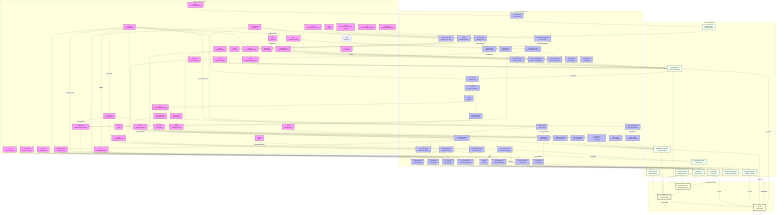
The Mermaid diagram docs/figures/scoliosis_mechanism_map.png in sayuj1989-ops/life, before a commit. Its source is kept beside it as docs/figures/scoliosis_mechanism_map.mmd.
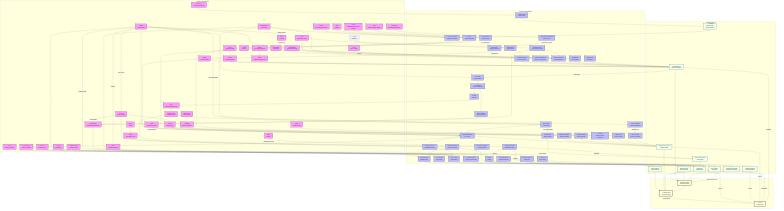
Above is the later version.

Commit message:
Add BNC2 Pleiotropic Matrix Regulation pathway to mechanism map

Change to the diagram source:
```diff
@@ -37,6 +37,7 @@
         PPARGC1A[PPARGC1A<br/>Mitochondrial Biogenesis]
         KCNQ[KCNQ<br/>Potassium Channel]
         GPX4[GPX4<br/>Antioxidant Defense]
+        BNC2[BNC2<br/>Basonuclin-2]
     end
 
     subgraph Processes [Cellular & Developmental Processes]
@@ -270,7 +271,9 @@
     Ferroptosis --> Growth_Plate_Dysplasia
     Growth_Plate_Dysplasia --> Stability
 
-    class HOX,COL,PIEZO1,PIEZO2,CILIA,LBX1,ADGRG6,PTK7,YAP,PKD2L1,MMP,URP,UTS2R,GFAP,VIM,LAMIN,BMAL1,RUNX3,METTL3,ESR1,MELATONIN,MT2,HIF1A,POC5,DSTYK,TFEB,Beta_Catenin,DPY19L1L,IGF1R,GHR,SOST,FBN1,CCN,PPARGC1A,KCNQ,GPX4 gene;
+    BNC2 --> ECM_Assembly
+
+    class HOX,COL,PIEZO1,PIEZO2,CILIA,LBX1,ADGRG6,PTK7,YAP,PKD2L1,MMP,URP,UTS2R,GFAP,VIM,LAMIN,BMAL1,RUNX3,METTL3,ESR1,MELATONIN,MT2,HIF1A,POC5,DSTYK,TFEB,Beta_Catenin,DPY19L1L,IGF1R,GHR,SOST,FBN1,CCN,PPARGC1A,KCNQ,GPX4,BNC2 gene;
     class Region,ECM_Assembly,Mech_Trans,Sym_Break,Neur_Diff,Muscle_Diff,Disc_Maint,PCP_Sig,Nucl_Shuttle,CSF_Sensing,Degradation,Astrogliosis,mtROS,Adipogenesis,Hydraulic_Congestion,Immune_Infilt,Circadian_Entrain,Proprio_Maint,H3K9me3,VCL_Stasis,Glymphatic_Stasis,Vestibular_Input,Gi_cAMP,Ciliary_Tuning,Hypoxia,Osteogenesis,Ciliary_Splint,Vacuole_Biogenesis,C_Mannosylation,Rapid_Growth,Energy_Deficit,mtBiogenesis,Fibrosis,TGFB,Osteocyte_Dendrite,Actin_Dynamics,VEGF_A,Ferroptosis process;
     class Rest_Kappa,Stiffness,Torsional_Stiffness,Gain,Torsion,Muscle_Tone,Anisotropy,TMD,Reissner_Fiber,Growth_Plate_Dysplasia tissue;
     class S_Curve,Stability,Scoliosis outcome;
```
